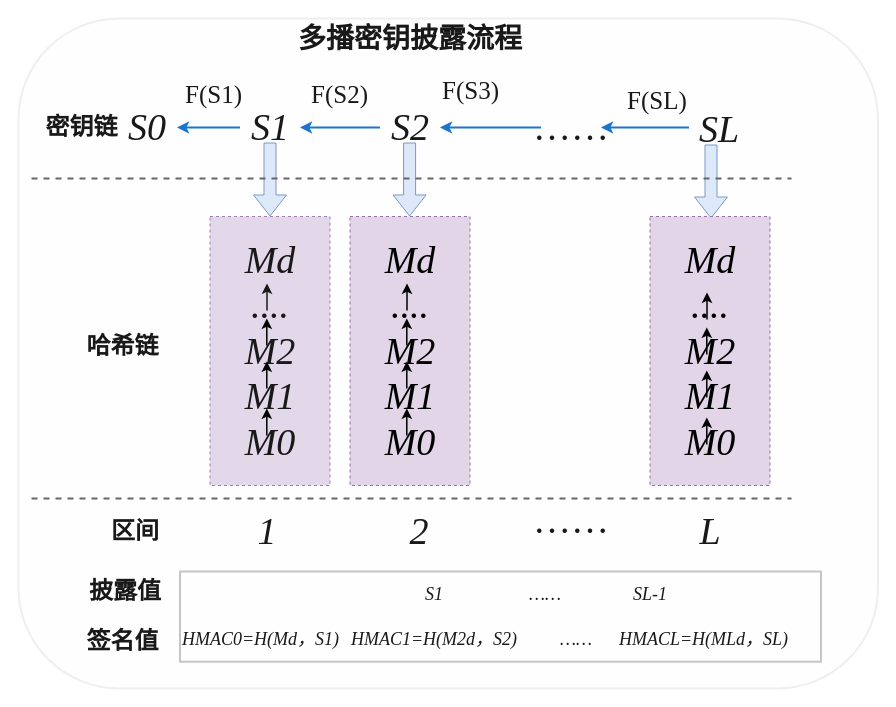
Above: page "第 2 页" (2 of 2) of 大论文_3密钥.drawio in asdlijinquan/- (draw.io), before the change. Source tidied: cells renumbered, new cells numbered last; positions are measured from the earlier drawing's top-left corner, leaving out a move shared by most shapes. Both pictures are drawn from the tidied source at 100%, with x=0, y=0 at pixel (18, 18).
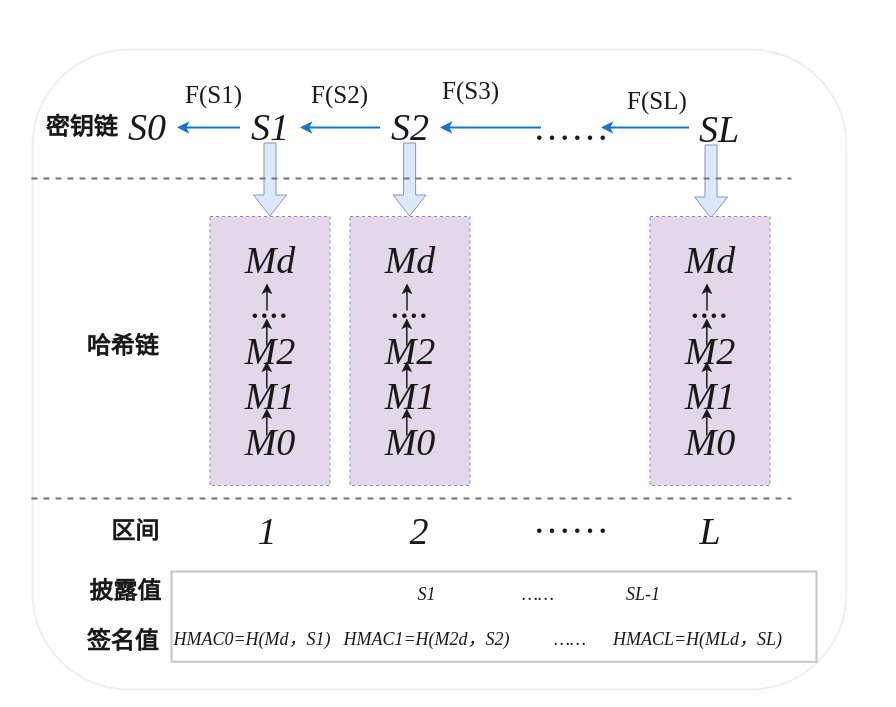
The same diagram, later.

Commit message:
更新大论文_3密钥.drawio

The edit, as a diff of the source:
```diff
@@
-    <mxCell id="2" value="多播密钥披露流程" style="text;html=1;strokeColor=none;fillColor=none;align=center;verticalAlign=middle;whiteSpace=wrap;rounded=0;fontSize=28;fontStyle=1;fontFamily=Times New Roman;" parent="1" vertex="1">
-      <mxGeometry x="191.5" width="400" height="40" as="geometry" />
-    </mxCell>
@@
     <mxCell id="30" style="childLayout=tableLayout;shadow=0;fillColor=none;strokeColor=#C0C0C0;fontColor=#000000;fontFamily=Times New Roman;strokeWidth=2;" parent="1" vertex="1">
-      <mxGeometry x="161.5" y="553" width="641" height="90.2" as="geometry" />
+      <mxGeometry x="153" y="553" width="645" height="90.2" as="geometry" />
     </mxCell>
     <mxCell id="31" style="shape=tableRow;horizontal=0;startSize=0;swimlaneHead=0;swimlaneBody=0;top=0;left=0;bottom=0;right=0;fontStyle=0;fillColor=none;fontFamily=Times New Roman;" parent="30" vertex="1">
-      <mxGeometry width="641" height="45" as="geometry" />
+      <mxGeometry width="645" height="45" as="geometry" />
     </mxCell>
     <mxCell id="32" style="strokeColor=none;fillColor=none;align=center;whiteSpace=wrap;html=1;fontFamily=Times New Roman;" parent="31" vertex="1">
-      <mxGeometry width="161" height="45" as="geometry" />
+      <mxGeometry width="162" height="45" as="geometry" />
     </mxCell>
     <mxCell id="33" value="S1" style="strokeColor=none;fillColor=none;align=center;whiteSpace=wrap;html=1;fontFamily=Times New Roman;fontSize=18;fontStyle=2;" parent="31" vertex="1">
-      <mxGeometry x="161" width="186" height="45" as="geometry" />
+      <mxGeometry x="162" width="187" height="45" as="geometry" />
     </mxCell>
     <mxCell id="34" value="……                SL-1" style="strokeColor=none;fillColor=none;align=left;whiteSpace=wrap;html=1;fontFamily=Times New Roman;fontSize=18;fontStyle=2;" parent="31" vertex="1">
-      <mxGeometry x="347" width="294" height="45" as="geometry" />
+      <mxGeometry x="349" width="296" height="45" as="geometry" />
     </mxCell>
     <mxCell id="35" style="shape=tableRow;horizontal=0;startSize=0;swimlaneHead=0;swimlaneBody=0;top=0;left=0;bottom=0;right=0;fontStyle=0;fillColor=none;fontFamily=Times New Roman;" parent="30" vertex="1">
-      <mxGeometry y="45" width="641" height="45" as="geometry" />
+      <mxGeometry y="45" width="645" height="45" as="geometry" />
     </mxCell>
     <mxCell id="36" value="HMAC0=H(Md，S1)" style="strokeColor=none;fillColor=none;align=center;whiteSpace=wrap;html=1;rounded=0;shadow=0;dashed=1;fontFamily=Times New Roman;fontSize=18;fontStyle=2;" parent="35" vertex="1">
-      <mxGeometry width="161" height="45" as="geometry" />
+      <mxGeometry width="162" height="45" as="geometry" />
     </mxCell>
     <mxCell id="37" value="HMAC1=H(M2d，S2)" style="strokeColor=none;fillColor=none;align=center;whiteSpace=wrap;html=1;fontFamily=Times New Roman;fontSize=18;fontStyle=2;" parent="35" vertex="1">
-      <mxGeometry x="161" width="186" height="45" as="geometry" />
+      <mxGeometry x="162" width="187" height="45" as="geometry" />
     </mxCell>
     <mxCell id="38" value="……      HMACL=H(MLd，SL)" style="strokeColor=none;fillColor=none;align=center;whiteSpace=wrap;html=1;fontFamily=Times New Roman;fontSize=18;fontStyle=2;" parent="35" vertex="1">
-      <mxGeometry x="347" width="294" height="45" as="geometry" />
+      <mxGeometry x="349" width="296" height="45" as="geometry" />
     </mxCell>
-    <mxCell id="39" style="rounded=1;whiteSpace=wrap;html=1;fillColor=#f5f5f5;strokeColor=#666666;fontColor=#333333;opacity=10;strokeWidth=2;" parent="1" vertex="1">
-      <mxGeometry width="859.5" height="670" as="geometry" />
-    </mxCell>
@@
-    <mxCell id="51" style="endArrow=classic;html=1;rounded=0;fontFamily=Times New Roman;fontSize=20;fontColor=#000000;strokeWidth=1.5;" parent="1" edge="1">
-      <mxGeometry relative="1" as="geometry">
-        <mxPoint x="688.5" y="301" as="sourcePoint" />
-        <mxPoint x="688.5" y="274" as="targetPoint" />
-      </mxGeometry>
-    </mxCell>
-    <mxCell id="52" style="endArrow=classic;html=1;rounded=0;fontFamily=Times New Roman;fontSize=20;fontColor=#000000;strokeWidth=1.5;" parent="1" edge="1">
-      <mxGeometry relative="1" as="geometry">
-        <mxPoint x="688.3" y="426" as="sourcePoint" />
-        <mxPoint x="688.3" y="399" as="targetPoint" />
-      </mxGeometry>
-    </mxCell>
-    <mxCell id="53" style="endArrow=classic;html=1;rounded=0;fontFamily=Times New Roman;fontSize=20;fontColor=#000000;strokeWidth=1.5;" parent="1" edge="1">
-      <mxGeometry relative="1" as="geometry">
-        <mxPoint x="688.3" y="336" as="sourcePoint" />
-        <mxPoint x="688.3" y="309" as="targetPoint" />
-      </mxGeometry>
-    </mxCell>
-    <mxCell id="54" style="endArrow=classic;html=1;rounded=0;fontFamily=Times New Roman;fontSize=20;fontColor=#000000;strokeWidth=1.5;" parent="1" edge="1">
-      <mxGeometry relative="1" as="geometry">
-        <mxPoint x="688.3" y="379" as="sourcePoint" />
-        <mxPoint x="688.3" y="352" as="targetPoint" />
-      </mxGeometry>
-    </mxCell>
+    <mxCell id="55" style="endArrow=classic;html=1;rounded=0;fontFamily=Times New Roman;fontSize=20;fontColor=#000000;strokeWidth=1.5;" parent="1" edge="1">
+      <mxGeometry relative="1" as="geometry">
+        <mxPoint x="688.5" y="292" as="sourcePoint" />
+        <mxPoint x="688.5" y="265" as="targetPoint" />
+      </mxGeometry>
+    </mxCell>
+    <mxCell id="56" style="endArrow=classic;html=1;rounded=0;fontFamily=Times New Roman;fontSize=20;fontColor=#000000;strokeWidth=1.5;" parent="1" edge="1">
+      <mxGeometry relative="1" as="geometry">
+        <mxPoint x="688.3" y="417" as="sourcePoint" />
+        <mxPoint x="688.3" y="390" as="targetPoint" />
+      </mxGeometry>
+    </mxCell>
+    <mxCell id="57" style="endArrow=classic;html=1;rounded=0;fontFamily=Times New Roman;fontSize=20;fontColor=#000000;strokeWidth=1.5;" parent="1" edge="1">
+      <mxGeometry relative="1" as="geometry">
+        <mxPoint x="688.3" y="327" as="sourcePoint" />
+        <mxPoint x="688.3" y="300" as="targetPoint" />
+      </mxGeometry>
+    </mxCell>
+    <mxCell id="58" style="endArrow=classic;html=1;rounded=0;fontFamily=Times New Roman;fontSize=20;fontColor=#000000;strokeWidth=1.5;" parent="1" edge="1">
+      <mxGeometry relative="1" as="geometry">
+        <mxPoint x="688.3" y="370" as="sourcePoint" />
+        <mxPoint x="688.3" y="343" as="targetPoint" />
+      </mxGeometry>
+    </mxCell>
+    <mxCell id="59" style="rounded=1;whiteSpace=wrap;html=1;fillColor=#f5f5f5;strokeColor=#666666;fontColor=#333333;opacity=10;strokeWidth=2;" parent="1" vertex="1">
+      <mxGeometry x="14" y="31" width="814" height="640" as="geometry" />
+    </mxCell>
```
